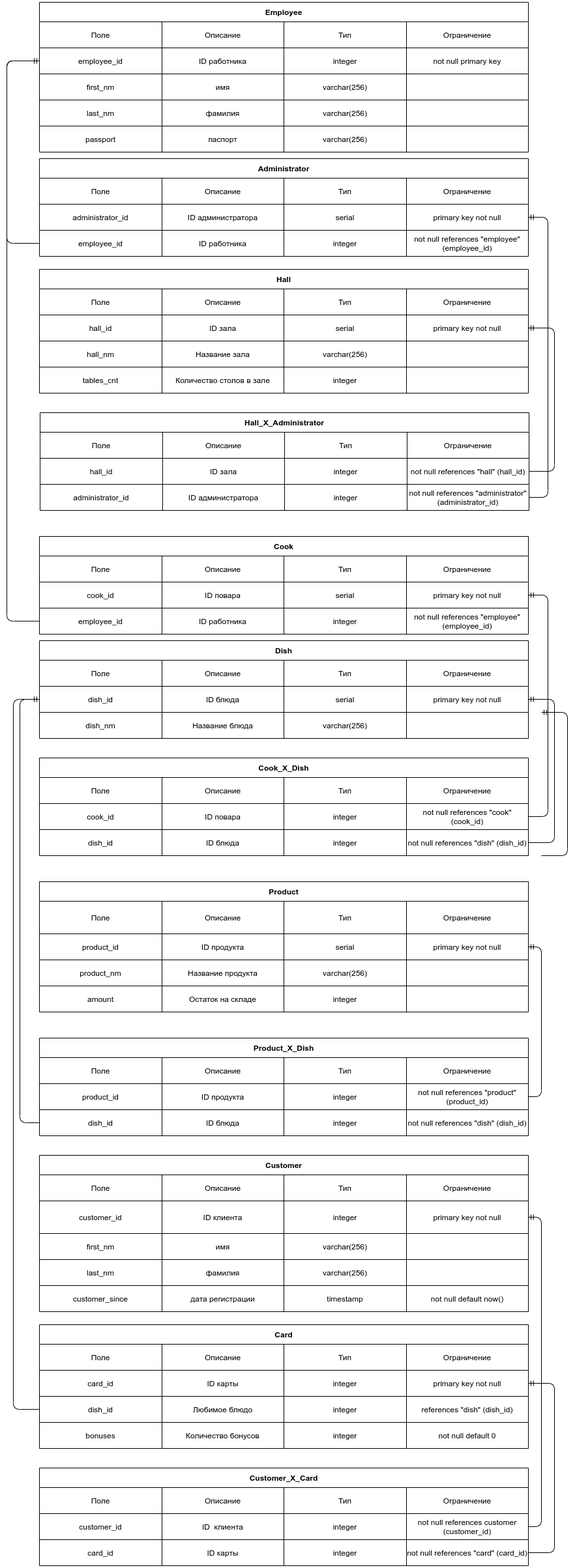
This is doc/phys.png from bshelkhonov/Restaurant, a draw.io export, as it was before one commit. Source tidied: cells renumbered, new cells last; positions are measured from the earlier drawing's top-left corner, leaving out a move shared by most shapes.
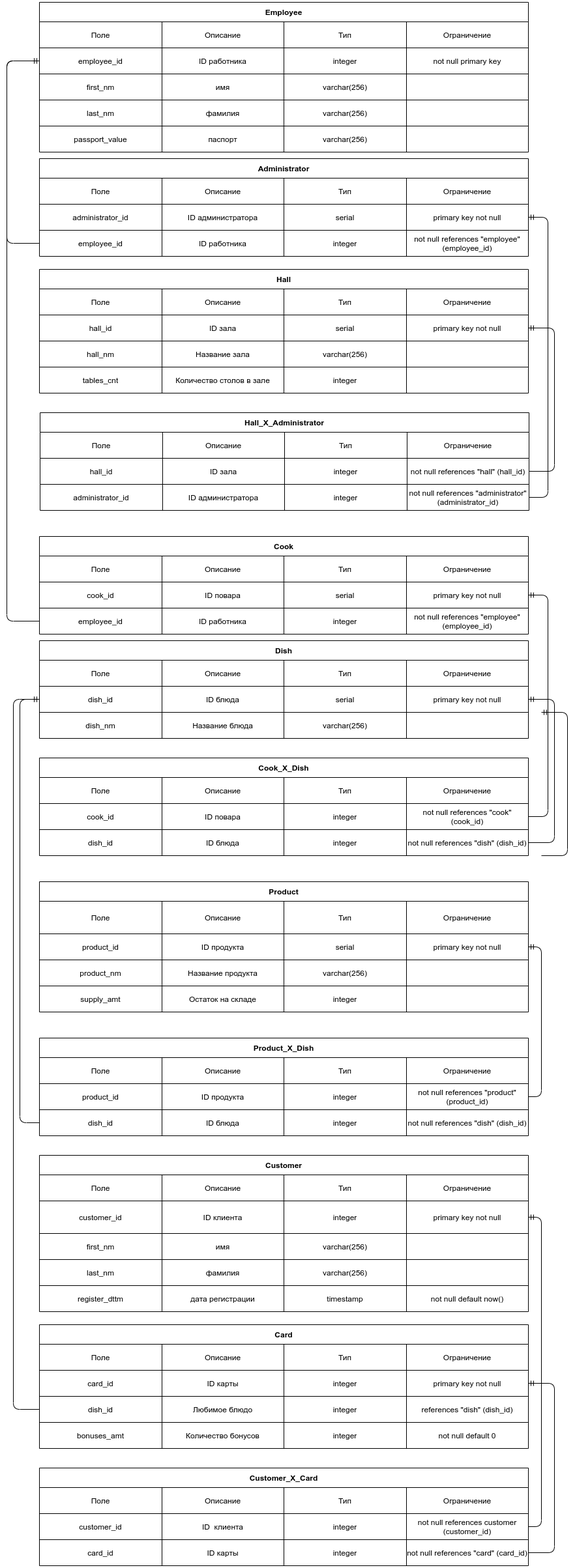
The same diagram one commit later.

Change to the diagram source:
```diff
@@ -68,7 +68,7 @@
     <mxCell id="23" style="shape=partialRectangle;html=1;whiteSpace=wrap;fillColor=none;top=0;left=0;bottom=0;right=0;" parent="2" vertex="1">
       <mxGeometry y="190" width="750" height="40" as="geometry" />
     </mxCell>
-    <mxCell id="24" value="passport" style="shape=partialRectangle;html=1;whiteSpace=wrap;fillColor=none;top=0;left=0;bottom=0;right=0;overflow=hidden;" parent="23" vertex="1">
+    <mxCell id="24" value="passport_value" style="shape=partialRectangle;html=1;whiteSpace=wrap;fillColor=none;top=0;left=0;bottom=0;right=0;overflow=hidden;" parent="23" vertex="1">
       <mxGeometry width="188" height="40" as="geometry" />
     </mxCell>
     <mxCell id="25" value="паспорт" style="shape=partialRectangle;html=1;whiteSpace=wrap;fillColor=none;top=0;left=0;bottom=0;right=0;overflow=hidden;" parent="23" vertex="1">
@@ -386,7 +386,7 @@
     <mxCell id="129" style="shape=partialRectangle;html=1;whiteSpace=wrap;fillColor=none;top=0;left=0;bottom=0;right=0;" parent="113" vertex="1">
       <mxGeometry y="160" width="750" height="40" as="geometry" />
     </mxCell>
-    <mxCell id="130" value="amount" style="shape=partialRectangle;html=1;whiteSpace=wrap;fillColor=none;top=0;left=0;bottom=0;right=0;overflow=hidden;" parent="129" vertex="1">
+    <mxCell id="130" value="supply_amt" style="shape=partialRectangle;html=1;whiteSpace=wrap;fillColor=none;top=0;left=0;bottom=0;right=0;overflow=hidden;" parent="129" vertex="1">
       <mxGeometry width="188" height="40" as="geometry" />
     </mxCell>
     <mxCell id="131" value="Остаток на складе" style="shape=partialRectangle;html=1;whiteSpace=wrap;fillColor=none;top=0;left=0;bottom=0;right=0;overflow=hidden;" parent="129" vertex="1">
@@ -512,7 +512,7 @@
     <mxCell id="171" style="shape=partialRectangle;html=1;whiteSpace=wrap;fillColor=none;top=0;left=0;bottom=0;right=0;" parent="150" vertex="1">
       <mxGeometry y="200" width="750" height="40" as="geometry" />
     </mxCell>
-    <mxCell id="172" value="customer_since" style="shape=partialRectangle;html=1;whiteSpace=wrap;fillColor=none;top=0;left=0;bottom=0;right=0;overflow=hidden;" parent="171" vertex="1">
+    <mxCell id="172" value="register_dttm" style="shape=partialRectangle;html=1;whiteSpace=wrap;fillColor=none;top=0;left=0;bottom=0;right=0;overflow=hidden;" parent="171" vertex="1">
       <mxGeometry width="188" height="40" as="geometry" />
     </mxCell>
     <mxCell id="173" value="дата регистрации" style="shape=partialRectangle;html=1;whiteSpace=wrap;fillColor=none;top=0;left=0;bottom=0;right=0;overflow=hidden;" parent="171" vertex="1">
@@ -575,7 +575,7 @@
     <mxCell id="192" style="shape=partialRectangle;html=1;whiteSpace=wrap;fillColor=none;top=0;left=0;bottom=0;right=0;" parent="176" vertex="1">
       <mxGeometry y="150" width="750" height="40" as="geometry" />
     </mxCell>
-    <mxCell id="193" value="bonuses" style="shape=partialRectangle;html=1;whiteSpace=wrap;fillColor=none;top=0;left=0;bottom=0;right=0;overflow=hidden;" parent="192" vertex="1">
+    <mxCell id="193" value="bonuses_amt" style="shape=partialRectangle;html=1;whiteSpace=wrap;fillColor=none;top=0;left=0;bottom=0;right=0;overflow=hidden;" parent="192" vertex="1">
       <mxGeometry width="188" height="40" as="geometry" />
     </mxCell>
     <mxCell id="194" value="Количество бонусов" style="shape=partialRectangle;html=1;whiteSpace=wrap;fillColor=none;top=0;left=0;bottom=0;right=0;overflow=hidden;" parent="192" vertex="1">
```
